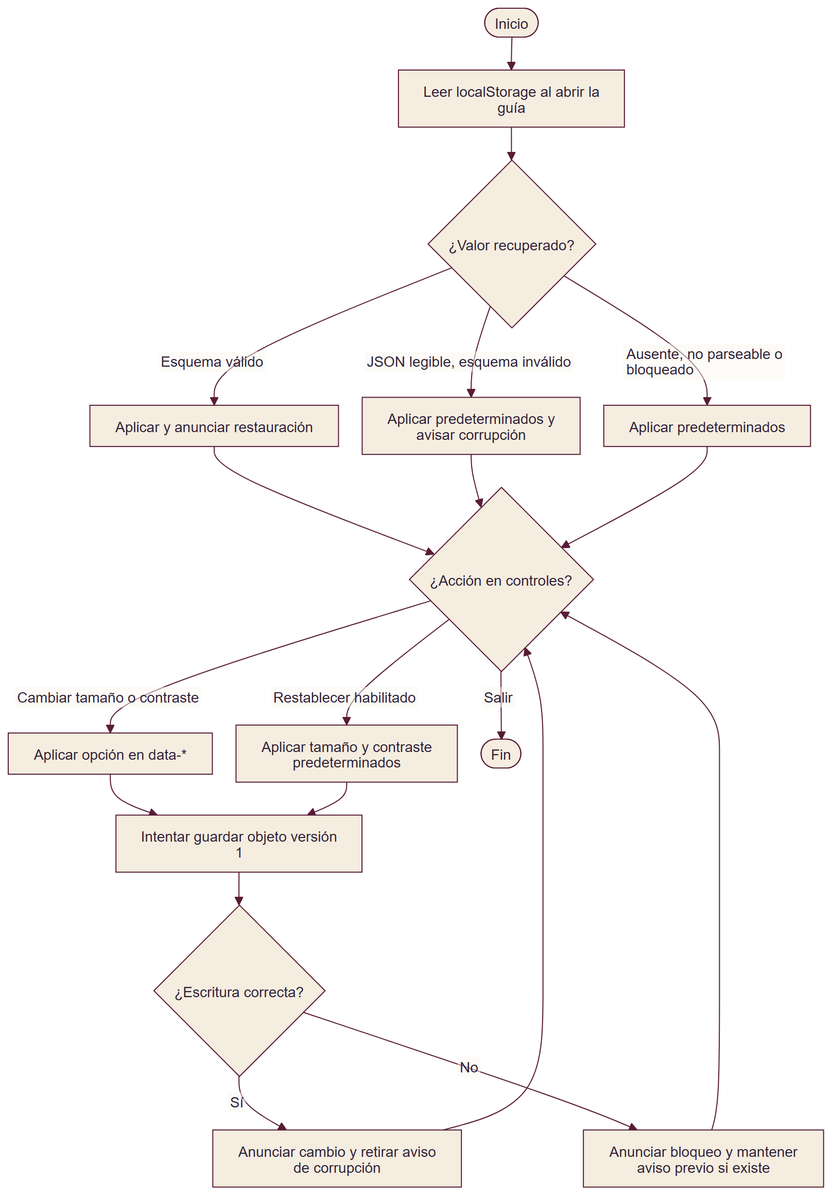
Earlier version of the Mermaid export docs/architecture/rendered/png/ACTV-04.png (magomez36/FIAVL_Arquitectura-de-Software). Its source is kept beside it as docs/architecture/diagrams/ACTV-04.mmd. Source of this version:
```mermaid
flowchart TD
  I([Inicio]) --> R["Leer localStorage al abrir la guía"]
  R --> J{"¿Valor recuperado?"}
  J -->|Esquema válido| P["Aplicar y anunciar restauración"]
  J -->|JSON legible, esquema inválido| C["Aplicar predeterminados y avisar corrupción"]
  J -->|Ausente, no parseable o bloqueado| N["Aplicar predeterminados"]
  P --> E{"¿Acción en controles?"}
  C --> E
  N --> E
  E -->|Cambiar tamaño o contraste| A["Aplicar opción en data-*"]
  E -->|Restablecer habilitado| B["Aplicar tamaño y contraste predeterminados"]
  E -->|Salir| F([Fin])
  A --> W["Intentar guardar objeto versión 1"]
  B --> W
  W --> S{"¿Escritura correcta?"}
  S -->|Sí| O["Anunciar cambio y retirar aviso de corrupción"] --> E
  S -->|No| G["Anunciar bloqueo y mantener aviso previo si existe"] --> E
  classDef accent fill:#F5EDE0,stroke:#591C37,color:#302237
  class I,F,J,E,S accent
```
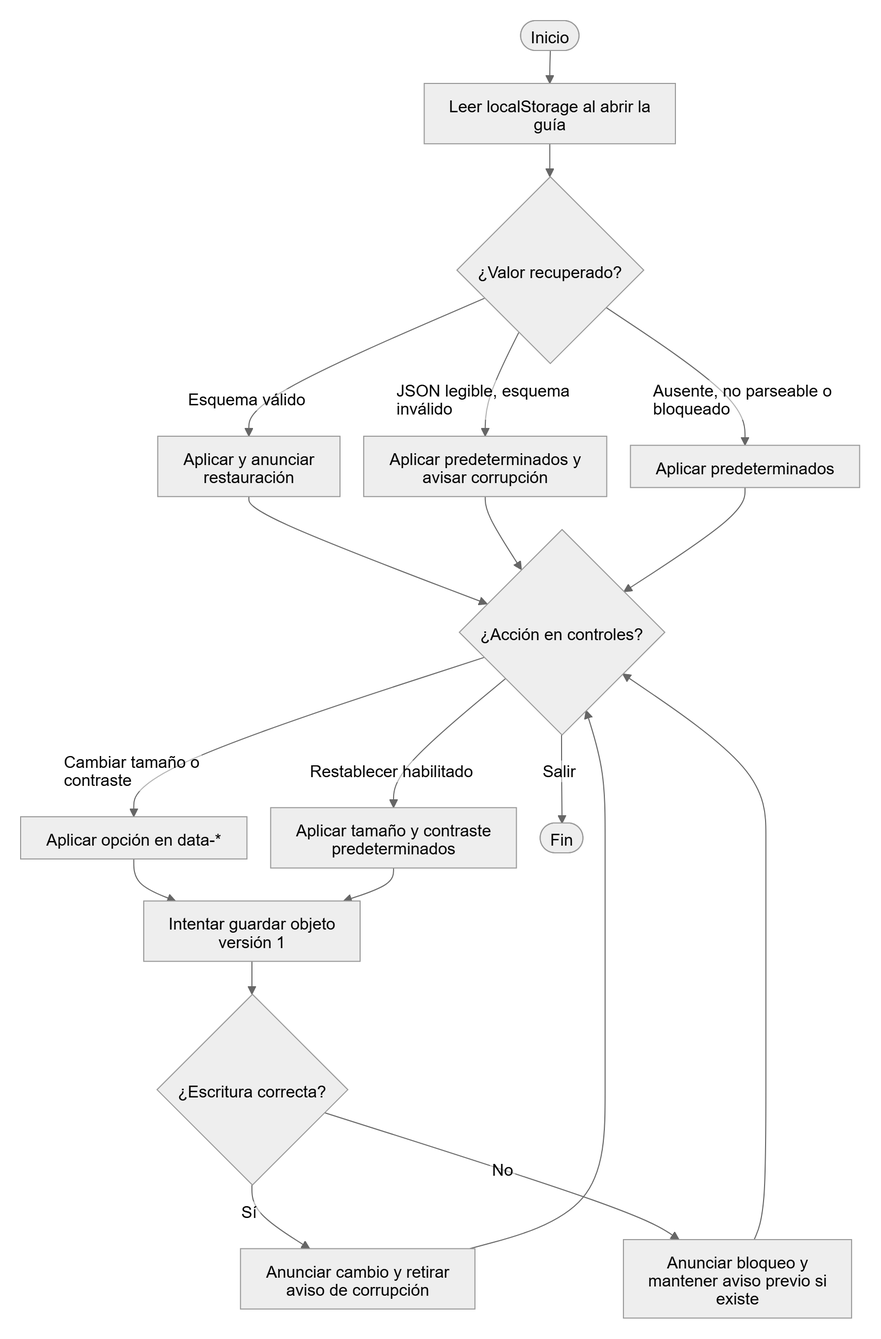
After the change.

The edit, as a diff of the source:
```diff
@@ -1,3 +1,7 @@
+---
+config:
+  theme: neutral
+---
 flowchart TD
   I([Inicio]) --> R["Leer localStorage al abrir la guía"]
   R --> J{"¿Valor recuperado?"}
@@ -15,5 +19,3 @@
   W --> S{"¿Escritura correcta?"}
   S -->|Sí| O["Anunciar cambio y retirar aviso de corrupción"] --> E
   S -->|No| G["Anunciar bloqueo y mantener aviso previo si existe"] --> E
-  classDef accent fill:#F5EDE0,stroke:#591C37,color:#302237
-  class I,F,J,E,S accent
```
